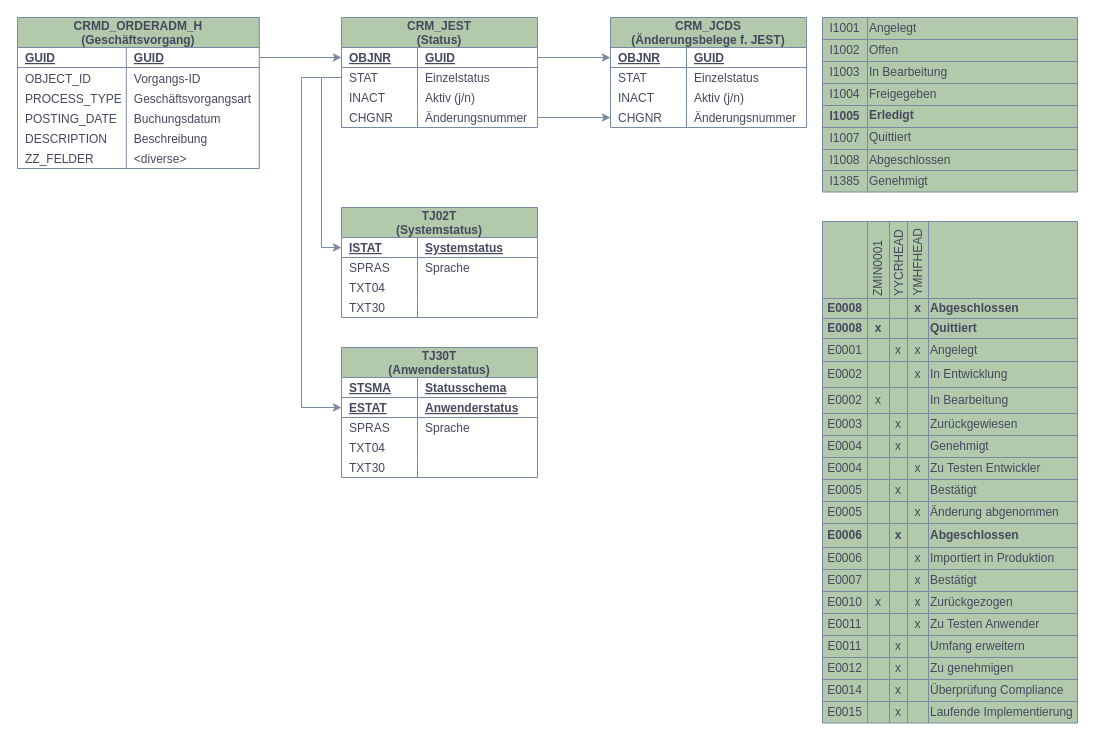
Before: modelling/erd_solutionmanager_itsm.drawio in JanniMeloni/documentation, a draw.io diagram. Source tidied: cells renumbered, new cells numbered last; positions are measured from the earlier drawing's top-left corner, leaving out a move shared by most shapes. Both pictures are drawn from the tidied source at 100%, with x=0, y=0 at pixel (17, 17).
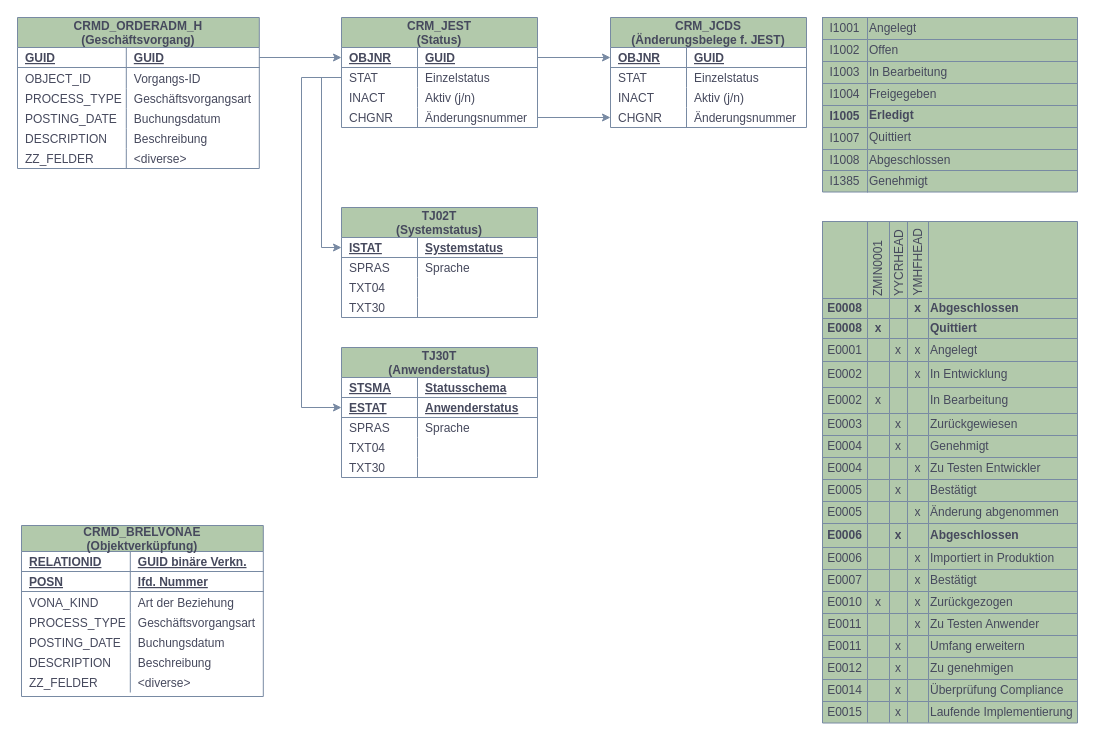
Above is the later version.

Change to the diagram source:
```diff
@@
+    <mxCell id="228" value="CRMD_BRELVONAE&#10;(Objektverküpfung)" style="shape=table;startSize=26;childLayout=tableLayout;rowLines=0;fontStyle=1;align=center;fontSize=12;fillColor=#B2C9AB;strokeColor=#788AA3;fontColor=#46495D;" parent="1" vertex="1">
+      <mxGeometry x="4" y="508" width="241.8" height="171" as="geometry" />
+    </mxCell>
+    <mxCell id="229" style="shape=tableRow;horizontal=0;startSize=0;swimlaneHead=0;swimlaneBody=0;fillColor=none;top=0;left=0;right=0;bottom=1;strokeColor=#788AA3;fontColor=#46495D;" parent="228" vertex="1">
+      <mxGeometry y="26" width="241.8" height="20" as="geometry" />
+    </mxCell>
+    <mxCell id="230" value="RELATIONID" style="shape=partialRectangle;fillColor=none;top=0;left=0;bottom=0;right=0;align=left;spacingLeft=6;fontStyle=5;overflow=hidden;strokeColor=#788AA3;fontColor=#46495D;" parent="229" vertex="1">
+      <mxGeometry width="108.8" height="20" as="geometry" />
+    </mxCell>
+    <mxCell id="231" value="GUID binäre Verkn." style="shape=partialRectangle;fillColor=none;top=0;left=0;bottom=0;right=0;align=left;spacingLeft=6;fontStyle=5;overflow=hidden;strokeColor=#788AA3;fontColor=#46495D;" parent="229" vertex="1">
+      <mxGeometry x="108.8" width="133" height="20" as="geometry" />
+    </mxCell>
+    <mxCell id="232" style="shape=tableRow;horizontal=0;startSize=0;swimlaneHead=0;swimlaneBody=0;fillColor=none;top=0;left=0;right=0;bottom=1;strokeColor=#788AA3;fontColor=#46495D;" parent="228" vertex="1">
+      <mxGeometry y="46" width="241.8" height="20" as="geometry" />
+    </mxCell>
+    <mxCell id="233" value="POSN" style="shape=partialRectangle;fillColor=none;top=0;left=0;bottom=0;right=0;align=left;spacingLeft=6;fontStyle=5;overflow=hidden;strokeColor=#788AA3;fontColor=#46495D;" parent="232" vertex="1">
+      <mxGeometry width="108.8" height="20" as="geometry" />
+    </mxCell>
+    <mxCell id="234" value="lfd. Nummer" style="shape=partialRectangle;fillColor=none;top=0;left=0;bottom=0;right=0;align=left;spacingLeft=6;fontStyle=5;overflow=hidden;strokeColor=#788AA3;fontColor=#46495D;" parent="232" vertex="1">
+      <mxGeometry x="108.8" width="133" height="20" as="geometry" />
+    </mxCell>
+    <mxCell id="235" style="shape=tableRow;horizontal=0;startSize=0;swimlaneHead=0;swimlaneBody=0;fillColor=none;top=0;left=0;right=0;bottom=0;strokeColor=#788AA3;fontColor=#46495D;" parent="228" vertex="1">
+      <mxGeometry y="66" width="241.8" height="21" as="geometry" />
+    </mxCell>
+    <mxCell id="236" value="VONA_KIND" style="shape=partialRectangle;fillColor=none;top=0;left=0;bottom=0;right=0;align=left;spacingLeft=6;overflow=hidden;strokeColor=#788AA3;fontColor=#46495D;" parent="235" vertex="1">
+      <mxGeometry width="108.8" height="21" as="geometry" />
+    </mxCell>
+    <mxCell id="237" value="Art der Beziehung" style="shape=partialRectangle;fillColor=none;top=0;left=0;bottom=0;right=0;align=left;spacingLeft=6;overflow=hidden;strokeColor=#788AA3;fontColor=#46495D;" parent="235" vertex="1">
+      <mxGeometry x="108.8" width="133" height="21" as="geometry" />
+    </mxCell>
+    <mxCell id="238" style="shape=tableRow;horizontal=0;startSize=0;swimlaneHead=0;swimlaneBody=0;fillColor=none;points=[[0,0.5],[1,0.5]];portConstraint=eastwest;top=0;left=0;right=0;bottom=0;strokeColor=#788AA3;fontColor=#46495D;" parent="228" vertex="1">
+      <mxGeometry y="87" width="241.8" height="20" as="geometry" />
+    </mxCell>
+    <mxCell id="239" value="PROCESS_TYPE" style="shape=partialRectangle;fillColor=none;top=0;left=0;bottom=0;right=0;align=left;spacingLeft=6;overflow=hidden;strokeColor=#788AA3;fontColor=#46495D;" parent="238" vertex="1">
+      <mxGeometry width="108.8" height="20" as="geometry" />
+    </mxCell>
+    <mxCell id="240" value="Geschäftsvorgangsart" style="shape=partialRectangle;fillColor=none;top=0;left=0;bottom=0;right=0;align=left;spacingLeft=6;overflow=hidden;strokeColor=#788AA3;fontColor=#46495D;" parent="238" vertex="1">
+      <mxGeometry x="108.8" width="133" height="20" as="geometry" />
+    </mxCell>
+    <mxCell id="241" style="shape=tableRow;horizontal=0;startSize=0;swimlaneHead=0;swimlaneBody=0;fillColor=none;top=0;left=0;right=0;bottom=0;strokeColor=#788AA3;fontColor=#46495D;" parent="228" vertex="1">
+      <mxGeometry y="107" width="241.8" height="20" as="geometry" />
+    </mxCell>
+    <mxCell id="242" value="POSTING_DATE" style="shape=partialRectangle;fillColor=none;top=0;left=0;bottom=0;right=0;align=left;spacingLeft=6;overflow=hidden;strokeColor=#788AA3;fontColor=#46495D;" parent="241" vertex="1">
+      <mxGeometry width="108.8" height="20" as="geometry" />
+    </mxCell>
+    <mxCell id="243" value="Buchungsdatum" style="shape=partialRectangle;fillColor=none;top=0;left=0;bottom=0;right=0;align=left;spacingLeft=6;overflow=hidden;strokeColor=#788AA3;fontColor=#46495D;" parent="241" vertex="1">
+      <mxGeometry x="108.8" width="133" height="20" as="geometry" />
+    </mxCell>
+    <mxCell id="244" style="shape=tableRow;horizontal=0;startSize=0;swimlaneHead=0;swimlaneBody=0;fillColor=none;top=0;left=0;right=0;bottom=0;strokeColor=#788AA3;fontColor=#46495D;" parent="228" vertex="1">
+      <mxGeometry y="127" width="241.8" height="20" as="geometry" />
+    </mxCell>
+    <mxCell id="245" value="DESCRIPTION" style="shape=partialRectangle;fillColor=none;top=0;left=0;bottom=0;right=0;align=left;spacingLeft=6;overflow=hidden;strokeColor=#788AA3;fontColor=#46495D;" parent="244" vertex="1">
+      <mxGeometry width="108.8" height="20" as="geometry" />
+    </mxCell>
+    <mxCell id="246" value="Beschreibung" style="shape=partialRectangle;fillColor=none;top=0;left=0;bottom=0;right=0;align=left;spacingLeft=6;overflow=hidden;strokeColor=#788AA3;fontColor=#46495D;" parent="244" vertex="1">
+      <mxGeometry x="108.8" width="133" height="20" as="geometry" />
+    </mxCell>
+    <mxCell id="247" style="shape=tableRow;horizontal=0;startSize=0;swimlaneHead=0;swimlaneBody=0;fillColor=none;top=0;left=0;right=0;bottom=0;strokeColor=#788AA3;fontColor=#46495D;" parent="228" vertex="1">
+      <mxGeometry y="147" width="241.8" height="20" as="geometry" />
+    </mxCell>
+    <mxCell id="248" value="ZZ_FELDER" style="shape=partialRectangle;fillColor=none;top=0;left=0;bottom=0;right=0;align=left;spacingLeft=6;overflow=hidden;strokeColor=#788AA3;fontColor=#46495D;" parent="247" vertex="1">
+      <mxGeometry width="108.8" height="20" as="geometry" />
+    </mxCell>
+    <mxCell id="249" value="&lt;diverse&gt;" style="shape=partialRectangle;fillColor=none;top=0;left=0;bottom=0;right=0;align=left;spacingLeft=6;overflow=hidden;strokeColor=#788AA3;fontColor=#46495D;" parent="247" vertex="1">
+      <mxGeometry x="108.8" width="133" height="20" as="geometry" />
+    </mxCell>
+    <mxCell id="250" style="edgeStyle=orthogonalEdgeStyle;rounded=0;orthogonalLoop=1;jettySize=auto;html=1;exitX=1;exitY=0.5;exitDx=0;exitDy=0;strokeColor=#788AA3;fontColor=#46495D;" parent="228" edge="1" source="238" target="238">
+      <mxGeometry relative="1" as="geometry" />
+    </mxCell>
```
